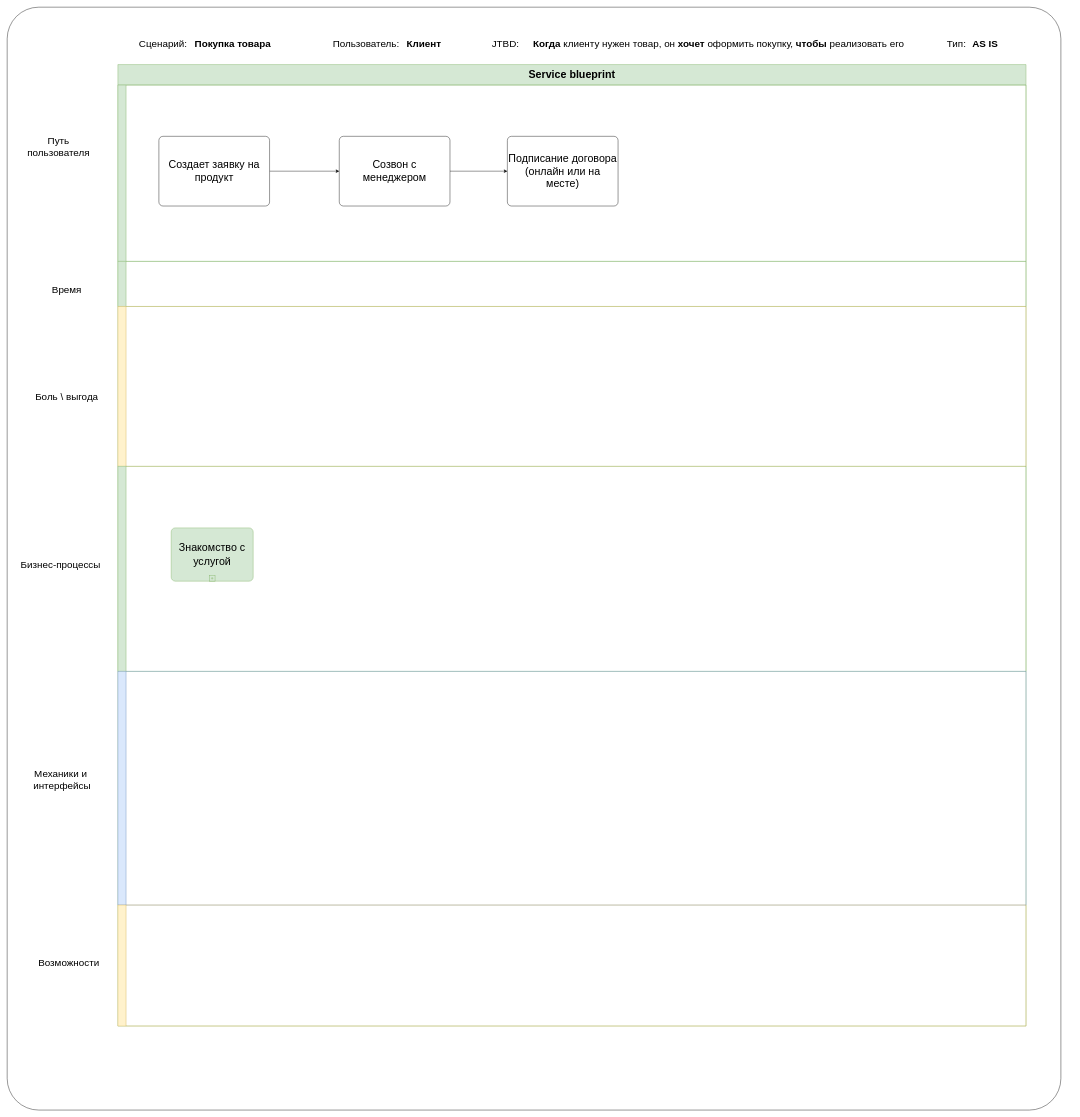
The draw.io diagram Рабочие примеры артефактов/Шаблон Service blueprint and CJM.drawio in Heritager-tech/Heritager-tech, before the edit. Source tidied: cells renumbered, new cells numbered last; positions are measured from the earlier drawing's top-left corner, leaving out a move shared by most shapes. Both pictures are drawn from the tidied source at 41%, with x=0, y=0 at pixel (7, 7). Pictures stored in the file or linked from it are replaced by grey dashed boxes.
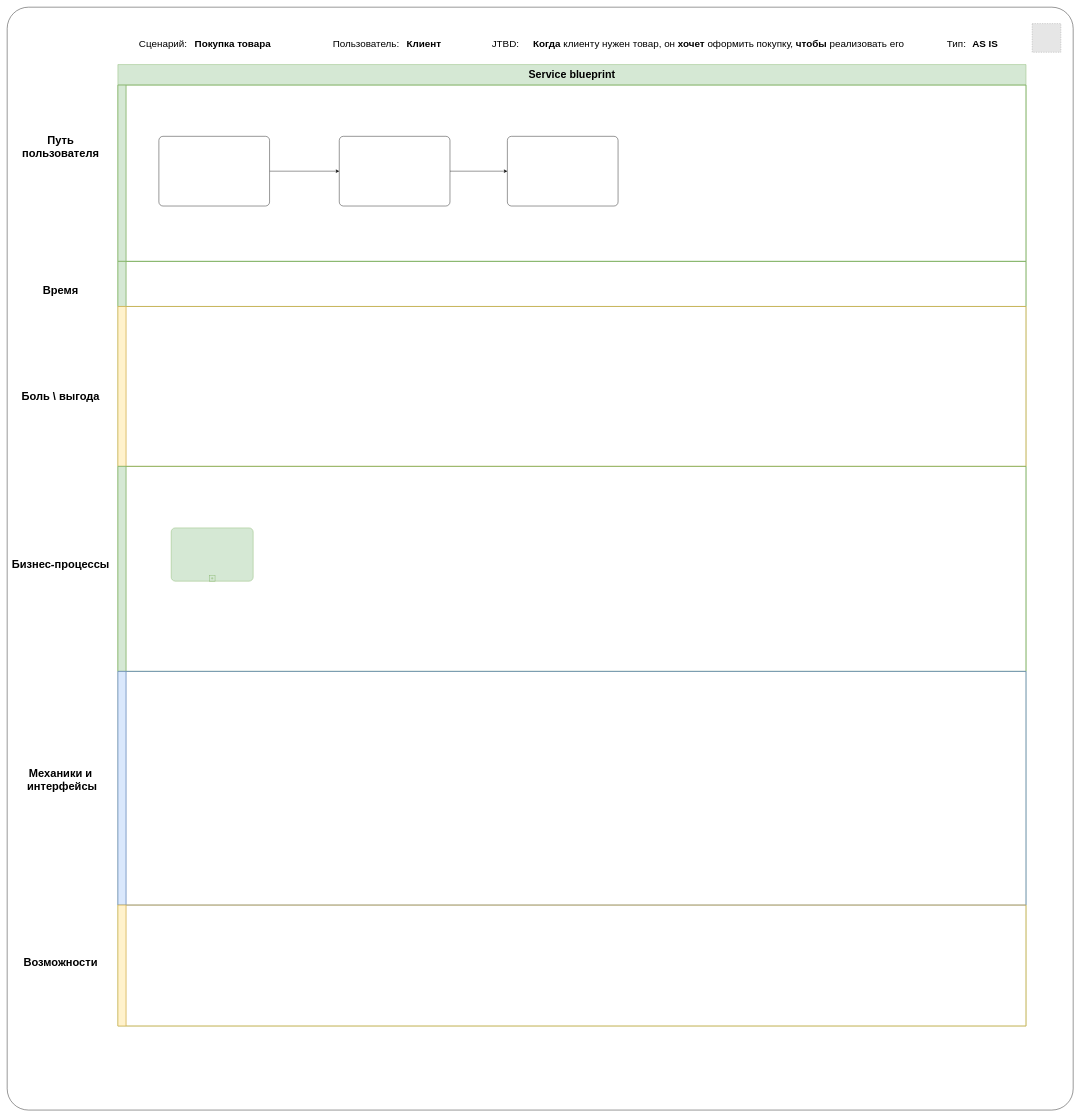
After the change.

Unchanged cells that the change refers to:
```xml
<mxCell id="14" value="&lt;font style=&quot;font-size: 26px;&quot;&gt;Service blueprint&lt;/font&gt;" style="swimlane;html=1;horizontal=1;startSize=50;whiteSpace=wrap;fillColor=#d5e8d4;strokeColor=#82b366;" parent="1" vertex="1">
  <mxGeometry x="270" y="140" width="2215" height="2345" as="geometry" />
</mxCell>
```

Diff of the diagram source:
```diff
@@
-    <mxCell id="2" style="rounded=1;whiteSpace=wrap;html=1;arcSize=3;" parent="1" vertex="1">
-      <mxGeometry width="2570" height="2690" as="geometry" />
+    <mxCell id="2" style="rounded=1;whiteSpace=wrap;html=1;arcSize=2;" parent="1" vertex="1">
+      <mxGeometry width="2600" height="2690" as="geometry" />
     </mxCell>
@@
-    <mxCell id="8" value="&lt;span style=&quot;font-size: 24px;&quot;&gt;Механики и&lt;br style=&quot;font-size: 24px;&quot;&gt;&amp;nbsp;интерфейсы&lt;br style=&quot;font-size: 24px;&quot;&gt;&lt;/span&gt;" style="text;html=1;align=center;verticalAlign=middle;strokeColor=none;fillColor=none;fontSize=24;" parent="1" vertex="1">
-      <mxGeometry x="45" y="1850" width="170" height="70" as="geometry" />
+    <mxCell id="8" value="&lt;span&gt;Механики и&lt;br&gt;&amp;nbsp;интерфейсы&lt;br&gt;&lt;/span&gt;" style="text;html=1;align=center;verticalAlign=middle;strokeColor=none;fillColor=none;fontSize=27;fontStyle=1;" parent="1" vertex="1">
+      <mxGeometry x="35" y="1845" width="190" height="80" as="geometry" />
     </mxCell>
-    <mxCell id="9" value="&lt;span style=&quot;font-size: 24px;&quot;&gt;Бизнес-процессы&lt;br style=&quot;font-size: 24px;&quot;&gt;&lt;/span&gt;" style="text;html=1;align=center;verticalAlign=middle;strokeColor=none;fillColor=none;fontSize=24;" parent="1" vertex="1">
-      <mxGeometry x="20" y="1340" width="220" height="40" as="geometry" />
+    <mxCell id="9" value="&lt;span&gt;Бизнес-процессы&lt;br&gt;&lt;/span&gt;" style="text;html=1;align=center;verticalAlign=middle;strokeColor=none;fillColor=none;fontSize=27;fontStyle=1;" parent="1" vertex="1">
+      <mxGeometry x="10" y="1335" width="240" height="50" as="geometry" />
     </mxCell>
-    <mxCell id="10" value="&lt;span style=&quot;font-size: 24px;&quot;&gt;Путь&lt;br style=&quot;font-size: 24px;&quot;&gt;пользователя&lt;br style=&quot;font-size: 24px;&quot;&gt;&lt;/span&gt;" style="text;html=1;align=center;verticalAlign=middle;strokeColor=none;fillColor=none;fontSize=24;" parent="1" vertex="1">
-      <mxGeometry x="35" y="305" width="180" height="70" as="geometry" />
+    <mxCell id="10" value="&lt;span&gt;Путь&lt;br&gt;пользователя&lt;br&gt;&lt;/span&gt;" style="text;html=1;align=center;verticalAlign=middle;strokeColor=none;fillColor=none;fontSize=27;fontStyle=1;" parent="1" vertex="1">
+      <mxGeometry x="35" y="300" width="190" height="80" as="geometry" />
     </mxCell>
-    <mxCell id="11" value="&lt;span style=&quot;font-size: 24px;&quot;&gt;Возможности&lt;br style=&quot;font-size: 24px;&quot;&gt;&lt;/span&gt;" style="text;html=1;align=center;verticalAlign=middle;strokeColor=none;fillColor=none;fontSize=24;" parent="1" vertex="1">
-      <mxGeometry x="65" y="2310" width="170" height="40" as="geometry" />
+    <mxCell id="11" value="&lt;span&gt;Возможности&lt;br&gt;&lt;/span&gt;" style="text;html=1;align=center;verticalAlign=middle;strokeColor=none;fillColor=none;fontSize=27;fontStyle=1;" parent="1" vertex="1">
+      <mxGeometry x="35" y="2305" width="190" height="50" as="geometry" />
     </mxCell>
-    <mxCell id="12" value="&lt;span style=&quot;font-size: 24px;&quot;&gt;Боль \ выгода&lt;br style=&quot;font-size: 24px;&quot;&gt;&lt;/span&gt;" style="text;html=1;align=center;verticalAlign=middle;strokeColor=none;fillColor=none;fontSize=24;" parent="1" vertex="1">
-      <mxGeometry x="55" y="930" width="180" height="40" as="geometry" />
+    <mxCell id="12" value="&lt;span&gt;Боль \ выгода&lt;br&gt;&lt;/span&gt;" style="text;html=1;align=center;verticalAlign=middle;strokeColor=none;fillColor=none;fontSize=27;fontStyle=1;" parent="1" vertex="1">
+      <mxGeometry x="30" y="925" width="200" height="50" as="geometry" />
     </mxCell>
@@
-    <mxCell id="15" style="swimlane;html=1;startSize=20;horizontal=0;whiteSpace=wrap;fillColor=#d5e8d4;strokeColor=#82b366;" parent="14" vertex="1">
+    <mxCell id="15" style="swimlane;html=1;startSize=20;horizontal=0;whiteSpace=wrap;fillColor=#d5e8d4;strokeColor=#82b366;strokeWidth=2;" parent="14" vertex="1">
       <mxGeometry y="50" width="2215" height="430" as="geometry" />
     </mxCell>
@@
-    <mxCell id="17" value="Создает заявку на продукт" style="points=[[0.25,0,0],[0.5,0,0],[0.75,0,0],[1,0.25,0],[1,0.5,0],[1,0.75,0],[0.75,1,0],[0.5,1,0],[0.25,1,0],[0,0.75,0],[0,0.5,0],[0,0.25,0]];shape=mxgraph.bpmn.task;whiteSpace=wrap;rectStyle=rounded;size=10;html=1;taskMarker=abstract;fontSize=26;" parent="15" vertex="1">
+    <mxCell id="17" style="points=[[0.25,0,0],[0.5,0,0],[0.75,0,0],[1,0.25,0],[1,0.5,0],[1,0.75,0],[0.75,1,0],[0.5,1,0],[0.25,1,0],[0,0.75,0],[0,0.5,0],[0,0.25,0]];shape=mxgraph.bpmn.task;whiteSpace=wrap;rectStyle=rounded;size=10;html=1;taskMarker=abstract;fontSize=26;" parent="15" vertex="1">
       <mxGeometry x="100" y="125" width="270" height="170" as="geometry" />
     </mxCell>
@@
-    <mxCell id="19" value="Созвон с менеджером" style="points=[[0.25,0,0],[0.5,0,0],[0.75,0,0],[1,0.25,0],[1,0.5,0],[1,0.75,0],[0.75,1,0],[0.5,1,0],[0.25,1,0],[0,0.75,0],[0,0.5,0],[0,0.25,0]];shape=mxgraph.bpmn.task;whiteSpace=wrap;rectStyle=rounded;size=10;html=1;taskMarker=abstract;fontSize=26;" parent="15" vertex="1">
+    <mxCell id="19" style="points=[[0.25,0,0],[0.5,0,0],[0.75,0,0],[1,0.25,0],[1,0.5,0],[1,0.75,0],[0.75,1,0],[0.5,1,0],[0.25,1,0],[0,0.75,0],[0,0.5,0],[0,0.25,0]];shape=mxgraph.bpmn.task;whiteSpace=wrap;rectStyle=rounded;size=10;html=1;taskMarker=abstract;fontSize=26;" parent="15" vertex="1">
       <mxGeometry x="540" y="125" width="270" height="170" as="geometry" />
     </mxCell>
-    <mxCell id="20" value="Подписание договора (онлайн или на месте)" style="points=[[0.25,0,0],[0.5,0,0],[0.75,0,0],[1,0.25,0],[1,0.5,0],[1,0.75,0],[0.75,1,0],[0.5,1,0],[0.25,1,0],[0,0.75,0],[0,0.5,0],[0,0.25,0]];shape=mxgraph.bpmn.task;whiteSpace=wrap;rectStyle=rounded;size=10;html=1;taskMarker=abstract;fontSize=26;" parent="15" vertex="1">
+    <mxCell id="20" style="points=[[0.25,0,0],[0.5,0,0],[0.75,0,0],[1,0.25,0],[1,0.5,0],[1,0.75,0],[0.75,1,0],[0.5,1,0],[0.25,1,0],[0,0.75,0],[0,0.5,0],[0,0.25,0]];shape=mxgraph.bpmn.task;whiteSpace=wrap;rectStyle=rounded;size=10;html=1;taskMarker=abstract;fontSize=26;" parent="15" vertex="1">
       <mxGeometry x="950" y="125" width="270" height="170" as="geometry" />
     </mxCell>
-    <mxCell id="21" style="swimlane;html=1;startSize=20;horizontal=0;whiteSpace=wrap;fillColor=#d5e8d4;strokeColor=#82b366;" parent="14" vertex="1">
+    <mxCell id="21" style="swimlane;html=1;startSize=20;horizontal=0;whiteSpace=wrap;fillColor=#d5e8d4;strokeColor=#82b366;strokeWidth=2;" parent="14" vertex="1">
       <mxGeometry y="480" width="2215" height="110" as="geometry" />
     </mxCell>
-    <mxCell id="22" style="swimlane;html=1;startSize=20;horizontal=0;verticalAlign=middle;whiteSpace=wrap;fillColor=#fff2cc;strokeColor=#d6b656;" parent="14" vertex="1">
+    <mxCell id="22" style="swimlane;html=1;startSize=20;horizontal=0;verticalAlign=middle;whiteSpace=wrap;fillColor=#fff2cc;strokeColor=#d6b656;strokeWidth=2;" parent="14" vertex="1">
       <mxGeometry y="590" width="2215" height="390" as="geometry" />
     </mxCell>
-    <mxCell id="23" style="swimlane;html=1;startSize=20;horizontal=0;verticalAlign=middle;whiteSpace=wrap;fillColor=#d5e8d4;strokeColor=#82b366;" parent="14" vertex="1">
+    <mxCell id="23" style="swimlane;html=1;startSize=20;horizontal=0;verticalAlign=middle;whiteSpace=wrap;fillColor=#d5e8d4;strokeColor=#82b366;strokeWidth=2;" parent="14" vertex="1">
       <mxGeometry y="980" width="2215" height="500" as="geometry" />
     </mxCell>
-    <mxCell id="24" value="Знакомство с услугой" style="shape=mxgraph.bpmn.task;whiteSpace=wrap;rectStyle=rounded;size=10;html=1;taskMarker=abstract;isLoopSub=1;fillColor=#d5e8d4;strokeColor=#82b366;fontSize=26;" parent="23" vertex="1">
+    <mxCell id="24" style="shape=mxgraph.bpmn.task;whiteSpace=wrap;rectStyle=rounded;size=10;html=1;taskMarker=abstract;isLoopSub=1;fillColor=#d5e8d4;strokeColor=#82b366;fontSize=26;" parent="23" vertex="1">
       <mxGeometry x="130" y="150" width="200" height="130" as="geometry" />
     </mxCell>
-    <mxCell id="25" style="swimlane;html=1;startSize=20;horizontal=0;fillColor=#dae8fc;strokeColor=#6c8ebf;" parent="14" vertex="1">
+    <mxCell id="25" style="swimlane;html=1;startSize=20;horizontal=0;fillColor=#dae8fc;strokeColor=#6c8ebf;strokeWidth=2;" parent="14" vertex="1">
       <mxGeometry y="1480" width="2215" height="570" as="geometry" />
     </mxCell>
-    <mxCell id="26" style="swimlane;html=1;startSize=20;horizontal=0;fillColor=#fff2cc;strokeColor=#d6b656;" parent="14" vertex="1">
+    <mxCell id="26" style="swimlane;html=1;startSize=20;horizontal=0;fillColor=#fff2cc;strokeColor=#d6b656;strokeWidth=2;" parent="14" vertex="1">
       <mxGeometry y="2050" width="2215" height="295" as="geometry" />
     </mxCell>
@@
-    <mxCell id="29" value="&lt;span style=&quot;font-size: 24px;&quot;&gt;Время&lt;br style=&quot;font-size: 24px;&quot;&gt;&lt;/span&gt;" style="text;html=1;align=center;verticalAlign=middle;strokeColor=none;fillColor=none;fontSize=24;" parent="1" vertex="1">
-      <mxGeometry x="95" y="670" width="100" height="40" as="geometry" />
+    <mxCell id="29" value="&lt;span&gt;Время&lt;br&gt;&lt;/span&gt;" style="text;html=1;align=center;verticalAlign=middle;strokeColor=none;fillColor=none;fontSize=27;fontStyle=1;" parent="1" vertex="1">
+      <mxGeometry x="80" y="665" width="100" height="50" as="geometry" />
     </mxCell>
+    <mxCell id="30" style="fillColor=#E6E6E6;strokeColor=#999999;dashed=1;verticalLabelPosition=bottom;labelBackgroundColor=default;verticalAlign=top;" parent="1" vertex="1">
+      <mxGeometry x="2500" y="40" width="70" height="70" as="geometry" />
+    </mxCell>
```
